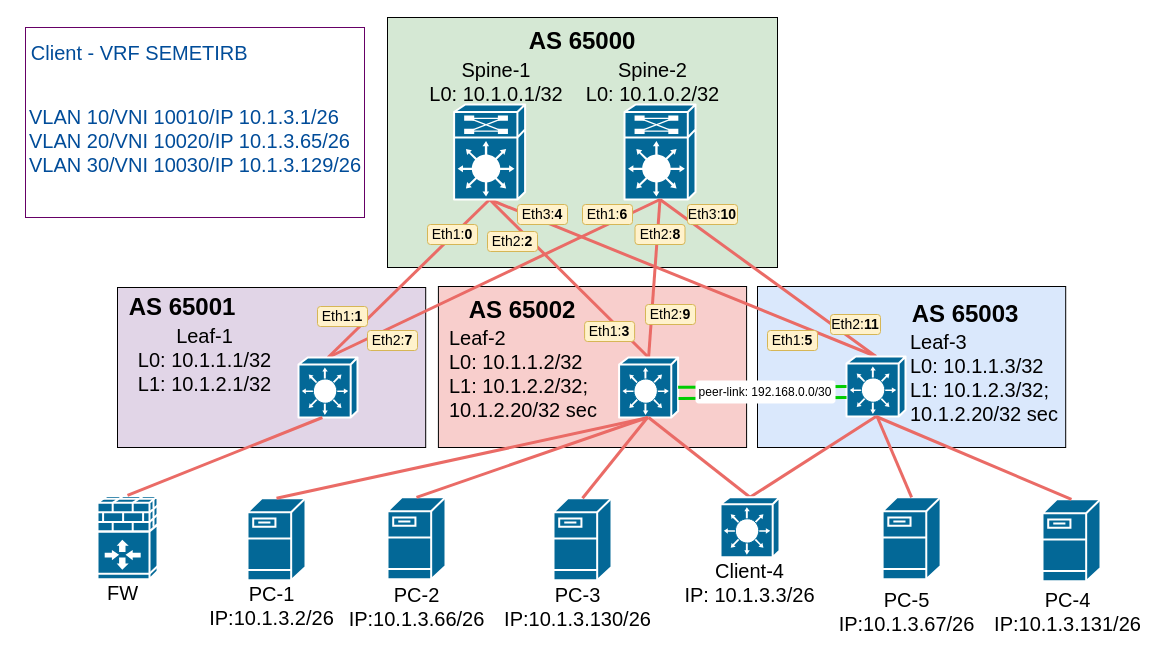
Tema-sudo/OTUS_DC_network_design keeps this draw.io diagram as lab_08/dz-8_topo_EVPN_rt-5.drawio. Above is the earlier version. Source tidied: cells renumbered, new cells numbered last; positions are measured from the earlier drawing's top-left corner, leaving out a move shared by most shapes. Both pictures are drawn from the tidied source at 100%, with x=0, y=0 at pixel (25, 17).
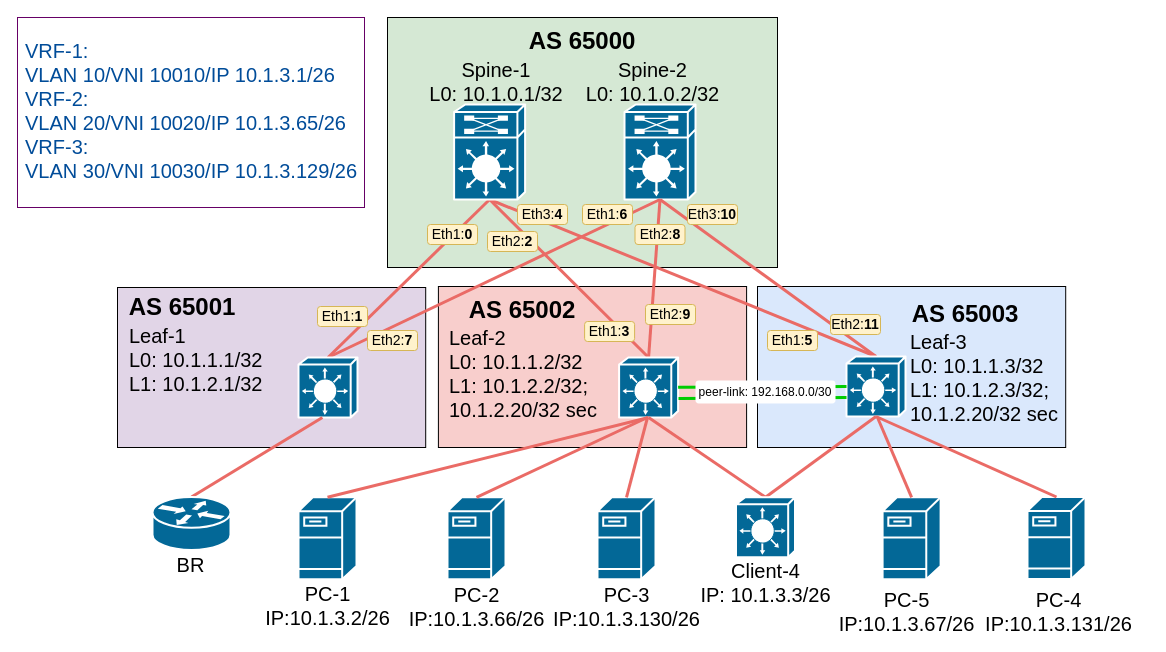
After the change.

The edit, as a diff of the source:
```diff
@@
-    <mxCell id="10" value="Leaf-1&lt;br&gt;L0: 10.1.1.1/32&lt;br&gt;L1: 10.1.2.1/32" style="text;html=1;strokeColor=none;fillColor=none;align=center;verticalAlign=middle;whiteSpace=wrap;rounded=0;fontSize=20;fontFamily=Helvetica;horizontal=1;" parent="1" vertex="1">
+    <mxCell id="10" value="Leaf-1&lt;br&gt;L0: 10.1.1.1/32&lt;br&gt;L1: 10.1.2.1/32" style="text;html=1;strokeColor=none;fillColor=none;align=left;verticalAlign=middle;whiteSpace=wrap;rounded=0;fontSize=20;fontFamily=Helvetica;horizontal=1;" parent="1" vertex="1">
       <mxGeometry x="102" y="317" width="155" height="50" as="geometry" />
     </mxCell>
@@
     <mxCell id="38" style="shape=mxgraph.cisco.servers.fileserver;sketch=0;html=1;dashed=0;fillColor=#036897;strokeColor=#ffffff;strokeWidth=2;verticalLabelPosition=bottom;verticalAlign=top;align=center;outlineConnect=0;" parent="1" vertex="1">
-      <mxGeometry x="222" y="480.8" width="58" height="82" as="geometry" />
+      <mxGeometry x="273" y="479.8" width="58" height="82" as="geometry" />
     </mxCell>
@@
     <mxCell id="41" value="PC-1&lt;br&gt;IP:10.1.3.2/26" style="text;html=1;strokeColor=none;fillColor=none;align=center;verticalAlign=middle;whiteSpace=wrap;rounded=0;fontSize=20;fontFamily=Helvetica;horizontal=1;" parent="1" vertex="1">
-      <mxGeometry x="165.6" y="581" width="161" height="14" as="geometry" />
+      <mxGeometry x="221.5" y="581" width="161" height="14" as="geometry" />
     </mxCell>
     <mxCell id="42" style="rounded=0;whiteSpace=wrap;html=1;strokeColor=#660066;strokeWidth=1;" parent="1" vertex="1">
-      <mxGeometry y="10" width="339" height="190" as="geometry" />
+      <mxGeometry x="-8" width="347" height="190" as="geometry" />
     </mxCell>
-    <mxCell id="43" value="&lt;font color=&quot;#004c99&quot;&gt;Client - VRF SEMETIRB&amp;nbsp;&lt;/font&gt;" style="text;html=1;strokeColor=none;fillColor=none;align=center;verticalAlign=middle;whiteSpace=wrap;rounded=0;fontSize=20;fontFamily=Helvetica;horizontal=1;strokeWidth=0;" parent="1" vertex="1">
-      <mxGeometry x="2" y="10" width="230" height="50" as="geometry" />
-    </mxCell>
-    <mxCell id="44" value="&lt;div&gt;&lt;font color=&quot;#004c99&quot;&gt;VLAN 10/VNI 10010/IP 10.1.3.1/26&lt;/font&gt;&lt;/div&gt;&lt;div&gt;&lt;font color=&quot;#004c99&quot;&gt;VLAN 20/VNI 10020/IP 10.1.3.65/26&lt;/font&gt;&lt;/div&gt;&lt;div&gt;&lt;font color=&quot;#004c99&quot;&gt;VLAN 30/VNI 10030/IP 10.1.3.129/26&lt;/font&gt;&lt;/div&gt;&lt;div&gt;&lt;br&gt;&lt;/div&gt;" style="text;html=1;strokeColor=none;fillColor=none;align=left;verticalAlign=middle;whiteSpace=wrap;rounded=0;fontSize=20;fontFamily=Helvetica;horizontal=1;strokeWidth=0;" parent="1" vertex="1">
-      <mxGeometry x="2" y="79.5" width="391" height="110" as="geometry" />
+    <mxCell id="44" value="&lt;div&gt;&lt;font color=&quot;#004c99&quot;&gt;VRF-1:&lt;/font&gt;&lt;/div&gt;&lt;div&gt;&lt;span style=&quot;color: rgb(0, 76, 153); background-color: initial;&quot;&gt;VLAN 10/VNI 10010/IP 10.1.3.1/26&lt;/span&gt;&lt;/div&gt;&lt;div&gt;&lt;font color=&quot;#004c99&quot;&gt;VRF-2:&lt;/font&gt;&lt;/div&gt;&lt;div&gt;&lt;font color=&quot;#004c99&quot;&gt;VLAN 20/VNI 10020/IP 10.1.3.65/26&lt;/font&gt;&lt;/div&gt;&lt;div&gt;&lt;font color=&quot;#004c99&quot;&gt;VRF-3:&lt;/font&gt;&lt;/div&gt;&lt;div&gt;&lt;font color=&quot;#004c99&quot;&gt;VLAN 30/VNI 10030/IP 10.1.3.129/26&lt;/font&gt;&lt;/div&gt;&lt;div&gt;&lt;br&gt;&lt;/div&gt;" style="text;html=1;strokeColor=none;fillColor=none;align=left;verticalAlign=middle;whiteSpace=wrap;rounded=0;fontSize=20;fontFamily=Helvetica;horizontal=1;strokeWidth=0;" parent="1" vertex="1">
+      <mxGeometry x="-2" y="20" width="340" height="170" as="geometry" />
     </mxCell>
@@
     <mxCell id="49" style="shape=mxgraph.cisco.switches.layer_3_switch;sketch=0;html=1;dashed=0;fillColor=#036897;strokeColor=#ffffff;strokeWidth=2;verticalLabelPosition=bottom;verticalAlign=top;align=center;outlineConnect=0;hachureGap=4;jiggle=2;curveFitting=1;fontFamily=Architects Daughter;fontSize=20;" parent="1" vertex="1">
-      <mxGeometry x="695" y="479.8" width="59" height="60" as="geometry" />
+      <mxGeometry x="710.5" y="479.8" width="59" height="60" as="geometry" />
     </mxCell>
@@
     <mxCell id="52" style="shape=mxgraph.cisco.servers.fileserver;sketch=0;html=1;dashed=0;fillColor=#036897;strokeColor=#ffffff;strokeWidth=2;verticalLabelPosition=bottom;verticalAlign=top;align=center;outlineConnect=0;" parent="1" vertex="1">
-      <mxGeometry x="362" y="479.8" width="58" height="82" as="geometry" />
+      <mxGeometry x="422" y="479.8" width="58" height="82" as="geometry" />
     </mxCell>
@@
     <mxCell id="55" value="PC-2&lt;br&gt;IP:10.1.3.66/26" style="text;html=1;strokeColor=none;fillColor=none;align=center;verticalAlign=middle;whiteSpace=wrap;rounded=0;fontSize=20;fontFamily=Helvetica;horizontal=1;" parent="1" vertex="1">
-      <mxGeometry x="310.5" y="582.2" width="161" height="14" as="geometry" />
+      <mxGeometry x="370.5" y="582.2" width="161" height="14" as="geometry" />
     </mxCell>
-    <mxCell id="56" style="shape=mxgraph.cisco.security.ios_firewall;sketch=0;html=1;dashed=0;fillColor=#036897;strokeColor=#ffffff;strokeWidth=2;verticalLabelPosition=bottom;verticalAlign=top;align=center;outlineConnect=0;" parent="1" vertex="1">
-      <mxGeometry x="72" y="477.8" width="60" height="84" as="geometry" />
-    </mxCell>
-    <mxCell id="57" style="edgeStyle=none;rounded=0;hachureGap=4;jettySize=auto;html=1;exitX=0.5;exitY=0;exitDx=0;exitDy=0;exitPerimeter=0;fontFamily=Architects Daughter;fontSize=16;strokeColor=#EA6B66;endArrow=none;endFill=0;strokeWidth=3;entryX=0.5;entryY=1;entryDx=0;entryDy=0;entryPerimeter=0;" parent="1" edge="1" source="56">
+    <mxCell id="57" style="edgeStyle=none;rounded=0;hachureGap=4;jettySize=auto;html=1;fontFamily=Architects Daughter;fontSize=16;strokeColor=#EA6B66;endArrow=none;endFill=0;strokeWidth=3;entryX=0.5;entryY=1;entryDx=0;entryDy=0;entryPerimeter=0;exitX=0.5;exitY=0;exitDx=0;exitDy=0;exitPerimeter=0;" parent="1" edge="1" source="66">
       <mxGeometry relative="1" as="geometry">
         <mxPoint x="296.9" y="400" as="targetPoint" />
       </mxGeometry>
     </mxCell>
-    <mxCell id="58" value="FW" style="text;html=1;strokeColor=none;fillColor=none;align=center;verticalAlign=middle;whiteSpace=wrap;rounded=0;fontSize=20;fontFamily=Helvetica;horizontal=1;" parent="1" vertex="1">
-      <mxGeometry x="72" y="568.2" width="51" height="14" as="geometry" />
+    <mxCell id="58" value="BR" style="text;html=1;strokeColor=none;fillColor=none;align=center;verticalAlign=middle;whiteSpace=wrap;rounded=0;fontSize=20;fontFamily=Helvetica;horizontal=1;" parent="1" vertex="1">
+      <mxGeometry x="140" y="539.8" width="51" height="14" as="geometry" />
     </mxCell>
     <mxCell id="59" value="Client-4&lt;br&gt;IP: 10.1.3.3/26" style="text;html=1;strokeColor=none;fillColor=none;align=center;verticalAlign=middle;whiteSpace=wrap;rounded=0;fontSize=20;fontFamily=Helvetica;horizontal=1;" parent="1" vertex="1">
-      <mxGeometry x="644" y="548.5" width="161" height="32.5" as="geometry" />
+      <mxGeometry x="659.5" y="548.5" width="161" height="32.5" as="geometry" />
     </mxCell>
     <mxCell id="60" style="shape=mxgraph.cisco.servers.fileserver;sketch=0;html=1;dashed=0;fillColor=#036897;strokeColor=#ffffff;strokeWidth=2;verticalLabelPosition=bottom;verticalAlign=top;align=center;outlineConnect=0;" parent="1" vertex="1">
-      <mxGeometry x="528" y="480.8" width="58" height="82" as="geometry" />
+      <mxGeometry x="572" y="479.8" width="58" height="82" as="geometry" />
     </mxCell>
@@
     <mxCell id="62" style="shape=mxgraph.cisco.servers.fileserver;sketch=0;html=1;dashed=0;fillColor=#036897;strokeColor=#ffffff;strokeWidth=2;verticalLabelPosition=bottom;verticalAlign=top;align=center;outlineConnect=0;" parent="1" vertex="1">
-      <mxGeometry x="1017" y="481.8" width="58" height="82" as="geometry" />
+      <mxGeometry x="1002" y="479.5" width="58" height="82" as="geometry" />
     </mxCell>
     <mxCell id="63" value="PC-3&lt;br&gt;IP:10.1.3.130/26" style="text;html=1;strokeColor=none;fillColor=none;align=center;verticalAlign=middle;whiteSpace=wrap;rounded=0;fontSize=20;fontFamily=Helvetica;horizontal=1;" parent="1" vertex="1">
-      <mxGeometry x="471.5" y="582.2" width="161" height="14" as="geometry" />
+      <mxGeometry x="520.5" y="582.2" width="161" height="14" as="geometry" />
     </mxCell>
     <mxCell id="64" value="PC-4&lt;br&gt;IP:10.1.3.131/26" style="text;html=1;strokeColor=none;fillColor=none;align=center;verticalAlign=middle;whiteSpace=wrap;rounded=0;fontSize=20;fontFamily=Helvetica;horizontal=1;" parent="1" vertex="1">
-      <mxGeometry x="962" y="586.5" width="161" height="14" as="geometry" />
+      <mxGeometry x="953" y="586.5" width="161" height="14" as="geometry" />
     </mxCell>
@@
+    <mxCell id="66" style="shape=mxgraph.cisco.routers.router;sketch=0;html=1;dashed=0;fillColor=#036897;strokeColor=#ffffff;strokeWidth=2;verticalLabelPosition=bottom;verticalAlign=top;align=center;outlineConnect=0;" parent="1" vertex="1">
+      <mxGeometry x="127" y="479.5" width="78" height="53" as="geometry" />
+    </mxCell>
```
